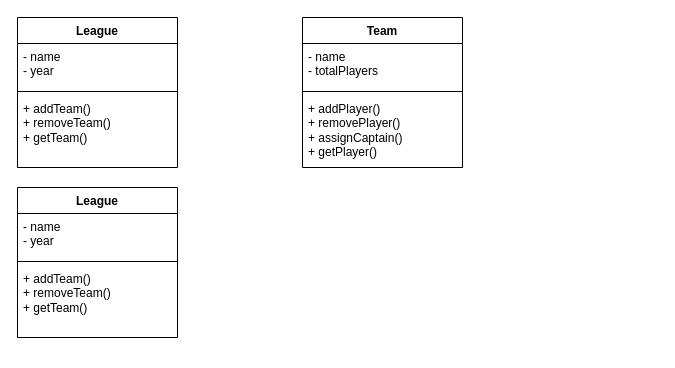
This is tuto3q5re.drawio from justn0thinghere/drawio, a draw.io file, before an edit. Source tidied: cells renumbered, new cells numbered last; positions are measured from the earlier drawing's top-left corner, leaving out a move shared by most shapes. Both pictures are drawn from the tidied source at 100%, with x=0, y=0 at pixel (17, 17).
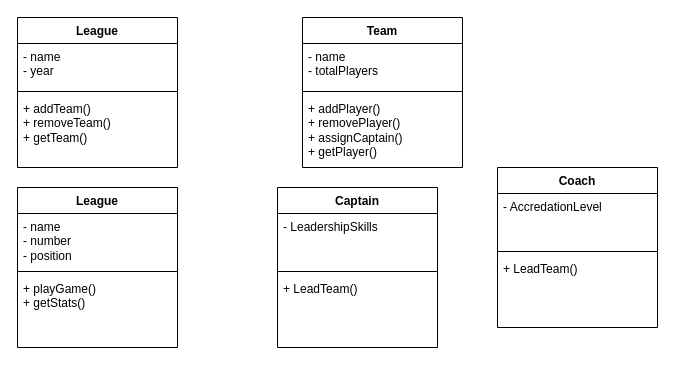
After the change.

The edit, as a diff of the source:
```diff
@@
     <mxCell id="10" value="League" style="swimlane;fontStyle=1;align=center;verticalAlign=top;horizontal=1;startSize=26;whiteSpace=wrap;html=1;" parent="1" vertex="1">
-      <mxGeometry y="170" width="160" height="150" as="geometry" />
+      <mxGeometry y="170" width="160" height="160" as="geometry" />
     </mxCell>
-    <mxCell id="11" value="- name&lt;div&gt;- year&lt;/div&gt;" style="text;strokeColor=none;fillColor=none;align=left;verticalAlign=top;spacingLeft=4;spacingRight=4;overflow=hidden;whiteSpace=wrap;html=1;" parent="10" vertex="1">
-      <mxGeometry y="26" width="160" height="44" as="geometry" />
+    <mxCell id="11" value="- name&lt;div&gt;- number&lt;/div&gt;&lt;div&gt;- position&lt;/div&gt;" style="text;strokeColor=none;fillColor=none;align=left;verticalAlign=top;spacingLeft=4;spacingRight=4;overflow=hidden;whiteSpace=wrap;html=1;" parent="10" vertex="1">
+      <mxGeometry y="26" width="160" height="54" as="geometry" />
     </mxCell>
     <mxCell id="12" style="line;strokeWidth=1;fillColor=none;align=left;verticalAlign=middle;spacingTop=-1;spacingLeft=3;spacingRight=3;labelPosition=right;strokeColor=inherit;" parent="10" vertex="1">
-      <mxGeometry y="70" width="160" height="8" as="geometry" />
+      <mxGeometry y="80" width="160" height="8" as="geometry" />
     </mxCell>
-    <mxCell id="13" value="+ addTeam()&lt;div&gt;+ removeTeam()&lt;/div&gt;&lt;div&gt;+ getTeam()&lt;/div&gt;" style="text;strokeColor=none;fillColor=none;align=left;verticalAlign=top;spacingLeft=4;spacingRight=4;overflow=hidden;whiteSpace=wrap;html=1;" parent="10" vertex="1">
-      <mxGeometry y="78" width="160" height="72" as="geometry" />
+    <mxCell id="13" value="+ playGame()&lt;div&gt;+ getStats()&lt;/div&gt;&lt;div&gt;&lt;br&gt;&lt;/div&gt;" style="text;strokeColor=none;fillColor=none;align=left;verticalAlign=top;spacingLeft=4;spacingRight=4;overflow=hidden;whiteSpace=wrap;html=1;" parent="10" vertex="1">
+      <mxGeometry y="88" width="160" height="72" as="geometry" />
     </mxCell>
+    <mxCell id="14" value="Captain" style="swimlane;fontStyle=1;align=center;verticalAlign=top;horizontal=1;startSize=26;whiteSpace=wrap;html=1;" parent="1" vertex="1">
+      <mxGeometry x="260" y="170" width="160" height="160" as="geometry" />
+    </mxCell>
+    <mxCell id="15" value="- LeadershipSkills&lt;div&gt;&lt;br&gt;&lt;/div&gt;" style="text;strokeColor=none;fillColor=none;align=left;verticalAlign=top;spacingLeft=4;spacingRight=4;overflow=hidden;whiteSpace=wrap;html=1;" parent="14" vertex="1">
+      <mxGeometry y="26" width="160" height="54" as="geometry" />
+    </mxCell>
+    <mxCell id="16" style="line;strokeWidth=1;fillColor=none;align=left;verticalAlign=middle;spacingTop=-1;spacingLeft=3;spacingRight=3;labelPosition=right;strokeColor=inherit;" parent="14" vertex="1">
+      <mxGeometry y="80" width="160" height="8" as="geometry" />
+    </mxCell>
+    <mxCell id="17" value="&lt;div&gt;+ LeadTeam()&lt;/div&gt;" style="text;strokeColor=none;fillColor=none;align=left;verticalAlign=top;spacingLeft=4;spacingRight=4;overflow=hidden;whiteSpace=wrap;html=1;" parent="14" vertex="1">
+      <mxGeometry y="88" width="160" height="72" as="geometry" />
+    </mxCell>
+    <mxCell id="18" value="Coach" style="swimlane;fontStyle=1;align=center;verticalAlign=top;horizontal=1;startSize=26;whiteSpace=wrap;html=1;" parent="1" vertex="1">
+      <mxGeometry x="480" y="150" width="160" height="160" as="geometry" />
+    </mxCell>
+    <mxCell id="19" value="&lt;div&gt;- AccredationLevel&lt;/div&gt;" style="text;strokeColor=none;fillColor=none;align=left;verticalAlign=top;spacingLeft=4;spacingRight=4;overflow=hidden;whiteSpace=wrap;html=1;" parent="18" vertex="1">
+      <mxGeometry y="26" width="160" height="54" as="geometry" />
+    </mxCell>
+    <mxCell id="20" style="line;strokeWidth=1;fillColor=none;align=left;verticalAlign=middle;spacingTop=-1;spacingLeft=3;spacingRight=3;labelPosition=right;strokeColor=inherit;" parent="18" vertex="1">
+      <mxGeometry y="80" width="160" height="8" as="geometry" />
+    </mxCell>
+    <mxCell id="21" value="&lt;div&gt;+ LeadTeam()&lt;/div&gt;" style="text;strokeColor=none;fillColor=none;align=left;verticalAlign=top;spacingLeft=4;spacingRight=4;overflow=hidden;whiteSpace=wrap;html=1;" parent="18" vertex="1">
+      <mxGeometry y="88" width="160" height="72" as="geometry" />
+    </mxCell>
```
